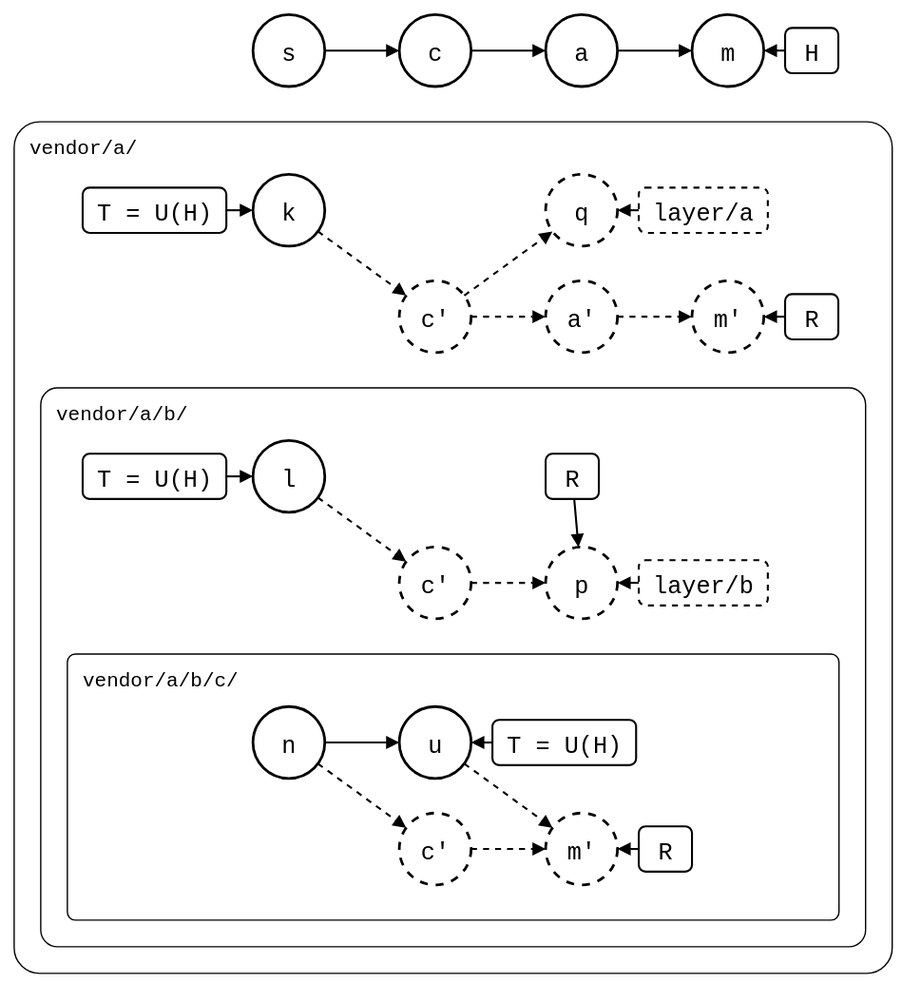
Before: docs/09-scenarios/05-nested-splices/01-nested-splices/02-three-levels/levels-merged-into-monorepo.drawio.svg, a diagram exported from draw.io (roschaefer/git-splice). Source tidied: cells renumbered, new cells last; positions are measured from the earlier drawing's top-left corner, leaving out a move shared by most shapes. Its diagram source:
```xml
<mxGraphModel background="#ffffff">
  <root>
    <mxCell id="0" />
    <mxCell id="1" parent="0" />
    <mxCell id="2" value="vendor/a/" style="rounded=1;arcSize=3;fillColor=none;strokeWidth=1;fontSize=15;verticalAlign=top;align=left;spacingLeft=10;spacingTop=4;fontFamily=Roboto Mono,monospace;" parent="1" vertex="1">
      <mxGeometry y="80" width="660" height="640" as="geometry" />
    </mxCell>
    <mxCell id="3" value="vendor/a/b/" style="rounded=1;arcSize=3;fillColor=none;strokeWidth=1;fontSize=15;verticalAlign=top;align=left;spacingLeft=10;spacingTop=4;fontFamily=Roboto Mono,monospace;" parent="1" vertex="1">
      <mxGeometry x="20" y="280" width="620" height="420" as="geometry" />
    </mxCell>
    <mxCell id="4" value="vendor/a/b/c/" style="rounded=1;arcSize=3;fillColor=none;strokeWidth=1;fontSize=15;verticalAlign=top;align=left;spacingLeft=10;spacingTop=4;fontFamily=Roboto Mono,monospace;" parent="1" vertex="1">
      <mxGeometry x="40" y="480" width="580" height="200" as="geometry" />
    </mxCell>
    <mxCell id="5" value="s" style="ellipse;strokeWidth=2;fontSize=18;fontFamily=Roboto Mono,monospace;" parent="1" vertex="1">
      <mxGeometry x="180" width="54" height="54" as="geometry" />
    </mxCell>
    <mxCell id="6" value="c" style="ellipse;strokeWidth=2;fontSize=18;fontFamily=Roboto Mono,monospace;" parent="1" vertex="1">
      <mxGeometry x="290" width="54" height="54" as="geometry" />
    </mxCell>
    <mxCell id="7" style="endArrow=block;endFill=1;html=1;strokeWidth=1.5;rounded=0;" parent="1" edge="1" source="5" target="6">
      <mxGeometry relative="1" as="geometry" />
    </mxCell>
    <mxCell id="8" value="a" style="ellipse;strokeWidth=2;fontSize=18;fontFamily=Roboto Mono,monospace;" parent="1" vertex="1">
      <mxGeometry x="400" width="54" height="54" as="geometry" />
    </mxCell>
    <mxCell id="9" style="endArrow=block;endFill=1;html=1;strokeWidth=1.5;rounded=0;" parent="1" edge="1" source="6" target="8">
      <mxGeometry relative="1" as="geometry" />
    </mxCell>
    <mxCell id="10" value="m" style="ellipse;strokeWidth=2;fontSize=18;fontFamily=Roboto Mono,monospace;" parent="1" vertex="1">
      <mxGeometry x="510" width="54" height="54" as="geometry" />
    </mxCell>
    <mxCell id="11" style="endArrow=block;endFill=1;html=1;strokeWidth=1.5;rounded=0;" parent="1" edge="1" source="8" target="10">
      <mxGeometry relative="1" as="geometry" />
    </mxCell>
    <mxCell id="12" value="H" style="rounded=1;strokeWidth=1.5;fontSize=18;fontFamily=Roboto Mono,monospace;" parent="1" vertex="1">
      <mxGeometry x="580" y="10" width="40" height="34" as="geometry" />
    </mxCell>
    <mxCell id="13" style="endArrow=block;endFill=1;html=1;strokeWidth=1.5;rounded=0;" parent="1" edge="1" source="12" target="10">
      <mxGeometry relative="1" as="geometry" />
    </mxCell>
    <mxCell id="14" value="k" style="ellipse;strokeWidth=2;fontSize=18;fontFamily=Roboto Mono,monospace;" parent="1" vertex="1">
      <mxGeometry x="180" y="120" width="54" height="54" as="geometry" />
    </mxCell>
    <mxCell id="15" value="c'" style="ellipse;strokeWidth=2;fontSize=18;fontFamily=Roboto Mono,monospace;dashed=1;" parent="1" vertex="1">
      <mxGeometry x="290" y="200" width="54" height="54" as="geometry" />
    </mxCell>
    <mxCell id="16" style="endArrow=block;endFill=1;html=1;strokeWidth=1.5;rounded=0;dashed=1;" parent="1" edge="1" source="14" target="15">
      <mxGeometry relative="1" as="geometry" />
    </mxCell>
    <mxCell id="17" value="l" style="ellipse;strokeWidth=2;fontSize=18;fontFamily=Roboto Mono,monospace;" parent="1" vertex="1">
      <mxGeometry x="180" y="320" width="54" height="54" as="geometry" />
    </mxCell>
    <mxCell id="18" value="c'" style="ellipse;strokeWidth=2;fontSize=18;fontFamily=Roboto Mono,monospace;dashed=1;" parent="1" vertex="1">
      <mxGeometry x="290" y="400" width="54" height="54" as="geometry" />
    </mxCell>
    <mxCell id="19" style="endArrow=block;endFill=1;html=1;strokeWidth=1.5;rounded=0;dashed=1;" parent="1" edge="1" source="17" target="18">
      <mxGeometry relative="1" as="geometry" />
    </mxCell>
    <mxCell id="20" value="n" style="ellipse;strokeWidth=2;fontSize=18;fontFamily=Roboto Mono,monospace;" parent="1" vertex="1">
      <mxGeometry x="180" y="520" width="54" height="54" as="geometry" />
    </mxCell>
    <mxCell id="21" value="u" style="ellipse;strokeWidth=2;fontSize=18;fontFamily=Roboto Mono,monospace;" parent="1" vertex="1">
      <mxGeometry x="290" y="520" width="54" height="54" as="geometry" />
    </mxCell>
    <mxCell id="22" style="endArrow=block;endFill=1;html=1;strokeWidth=1.5;rounded=0;" parent="1" edge="1" source="20" target="21">
      <mxGeometry relative="1" as="geometry" />
    </mxCell>
    <mxCell id="23" value="c'" style="ellipse;strokeWidth=2;fontSize=18;fontFamily=Roboto Mono,monospace;dashed=1;" parent="1" vertex="1">
      <mxGeometry x="290" y="600" width="54" height="54" as="geometry" />
    </mxCell>
    <mxCell id="24" style="endArrow=block;endFill=1;html=1;strokeWidth=1.5;rounded=0;dashed=1;" parent="1" edge="1" source="20" target="23">
      <mxGeometry relative="1" as="geometry" />
    </mxCell>
    <mxCell id="25" value="T = U(H)" style="rounded=1;strokeWidth=1.5;fontSize=18;fontFamily=Roboto Mono,monospace;" parent="1" vertex="1">
      <mxGeometry x="52" y="130" width="108" height="34" as="geometry" />
    </mxCell>
    <mxCell id="26" style="endArrow=block;endFill=1;html=1;strokeWidth=1.5;rounded=0;" parent="1" edge="1" source="25" target="14">
      <mxGeometry relative="1" as="geometry" />
    </mxCell>
    <mxCell id="27" value="T = U(H)" style="rounded=1;strokeWidth=1.5;fontSize=18;fontFamily=Roboto Mono,monospace;" parent="1" vertex="1">
      <mxGeometry x="52" y="330" width="108" height="34" as="geometry" />
    </mxCell>
    <mxCell id="28" style="endArrow=block;endFill=1;html=1;strokeWidth=1.5;rounded=0;" parent="1" edge="1" source="27" target="17">
      <mxGeometry relative="1" as="geometry" />
    </mxCell>
    <mxCell id="29" value="p" style="ellipse;strokeWidth=2;fontSize=18;fontFamily=Roboto Mono,monospace;dashed=1;" parent="1" vertex="1">
      <mxGeometry x="400" y="400" width="54" height="54" as="geometry" />
    </mxCell>
    <mxCell id="30" style="endArrow=block;endFill=1;html=1;strokeWidth=1.5;rounded=0;dashed=1;" parent="1" edge="1" source="18" target="29">
      <mxGeometry relative="1" as="geometry" />
    </mxCell>
    <mxCell id="31" value="q" style="ellipse;strokeWidth=2;fontSize=18;fontFamily=Roboto Mono,monospace;dashed=1;" parent="1" vertex="1">
      <mxGeometry x="400" y="120" width="54" height="54" as="geometry" />
    </mxCell>
    <mxCell id="32" style="endArrow=block;endFill=1;html=1;strokeWidth=1.5;rounded=0;dashed=1;" parent="1" edge="1" source="15" target="31">
      <mxGeometry relative="1" as="geometry" />
    </mxCell>
    <mxCell id="33" value="a'" style="ellipse;strokeWidth=2;fontSize=18;fontFamily=Roboto Mono,monospace;dashed=1;" parent="1" vertex="1">
      <mxGeometry x="400" y="200" width="54" height="54" as="geometry" />
    </mxCell>
    <mxCell id="34" style="endArrow=block;endFill=1;html=1;strokeWidth=1.5;rounded=0;dashed=1;" parent="1" edge="1" source="15" target="33">
      <mxGeometry relative="1" as="geometry" />
    </mxCell>
    <mxCell id="35" value="m'" style="ellipse;strokeWidth=2;fontSize=18;fontFamily=Roboto Mono,monospace;dashed=1;" parent="1" vertex="1">
      <mxGeometry x="510" y="200" width="54" height="54" as="geometry" />
    </mxCell>
    <mxCell id="36" style="endArrow=block;endFill=1;html=1;strokeWidth=1.5;rounded=0;dashed=1;" parent="1" edge="1" source="33" target="35">
      <mxGeometry relative="1" as="geometry" />
    </mxCell>
    <mxCell id="37" value="m'" style="ellipse;strokeWidth=2;fontSize=18;fontFamily=Roboto Mono,monospace;dashed=1;" parent="1" vertex="1">
      <mxGeometry x="400" y="600" width="54" height="54" as="geometry" />
    </mxCell>
    <mxCell id="38" style="endArrow=block;endFill=1;html=1;strokeWidth=1.5;rounded=0;dashed=1;" parent="1" edge="1" source="23" target="37">
      <mxGeometry relative="1" as="geometry" />
    </mxCell>
    <mxCell id="39" style="endArrow=block;endFill=1;html=1;strokeWidth=1.5;rounded=0;dashed=1;" parent="1" edge="1" source="21" target="37">
      <mxGeometry relative="1" as="geometry" />
    </mxCell>
    <mxCell id="40" value="R" style="rounded=1;strokeWidth=1.5;fontSize=18;fontFamily=Roboto Mono,monospace;" parent="1" vertex="1">
      <mxGeometry x="580" y="210" width="40" height="34" as="geometry" />
    </mxCell>
    <mxCell id="41" style="endArrow=block;endFill=1;html=1;strokeWidth=1.5;rounded=0;" parent="1" edge="1" source="40" target="35">
      <mxGeometry relative="1" as="geometry" />
    </mxCell>
    <mxCell id="42" value="layer/a" style="rounded=1;strokeWidth=1.5;fontSize=18;fontFamily=Roboto Mono,monospace;dashed=1;" parent="1" vertex="1">
      <mxGeometry x="470" y="130" width="97" height="34" as="geometry" />
    </mxCell>
    <mxCell id="43" style="endArrow=block;endFill=1;html=1;strokeWidth=1.5;rounded=0;" parent="1" edge="1" source="42" target="31">
      <mxGeometry relative="1" as="geometry" />
    </mxCell>
    <mxCell id="44" value="R" style="rounded=1;strokeWidth=1.5;fontSize=18;fontFamily=Roboto Mono,monospace;" parent="1" vertex="1">
      <mxGeometry x="400" y="330" width="40" height="34" as="geometry" />
    </mxCell>
    <mxCell id="45" style="endArrow=block;endFill=1;html=1;strokeWidth=1.5;rounded=0;" parent="1" edge="1" source="44" target="29">
      <mxGeometry relative="1" as="geometry" />
    </mxCell>
    <mxCell id="46" value="layer/b" style="rounded=1;strokeWidth=1.5;fontSize=18;fontFamily=Roboto Mono,monospace;dashed=1;" parent="1" vertex="1">
      <mxGeometry x="470" y="410" width="97" height="34" as="geometry" />
    </mxCell>
    <mxCell id="47" style="endArrow=block;endFill=1;html=1;strokeWidth=1.5;rounded=0;" parent="1" edge="1" source="46" target="29">
      <mxGeometry relative="1" as="geometry" />
    </mxCell>
    <mxCell id="48" value="R" style="rounded=1;strokeWidth=1.5;fontSize=18;fontFamily=Roboto Mono,monospace;" parent="1" vertex="1">
      <mxGeometry x="470" y="610" width="40" height="34" as="geometry" />
    </mxCell>
    <mxCell id="49" style="endArrow=block;endFill=1;html=1;strokeWidth=1.5;rounded=0;" parent="1" edge="1" source="48" target="37">
      <mxGeometry relative="1" as="geometry" />
    </mxCell>
    <mxCell id="50" value="T = U(H)" style="rounded=1;strokeWidth=1.5;fontSize=18;fontFamily=Roboto Mono,monospace;" parent="1" vertex="1">
      <mxGeometry x="360" y="530" width="108" height="34" as="geometry" />
    </mxCell>
    <mxCell id="51" style="endArrow=block;endFill=1;html=1;strokeWidth=1.5;rounded=0;" parent="1" edge="1" source="50" target="21">
      <mxGeometry relative="1" as="geometry" />
    </mxCell>
  </root>
</mxGraphModel>
```
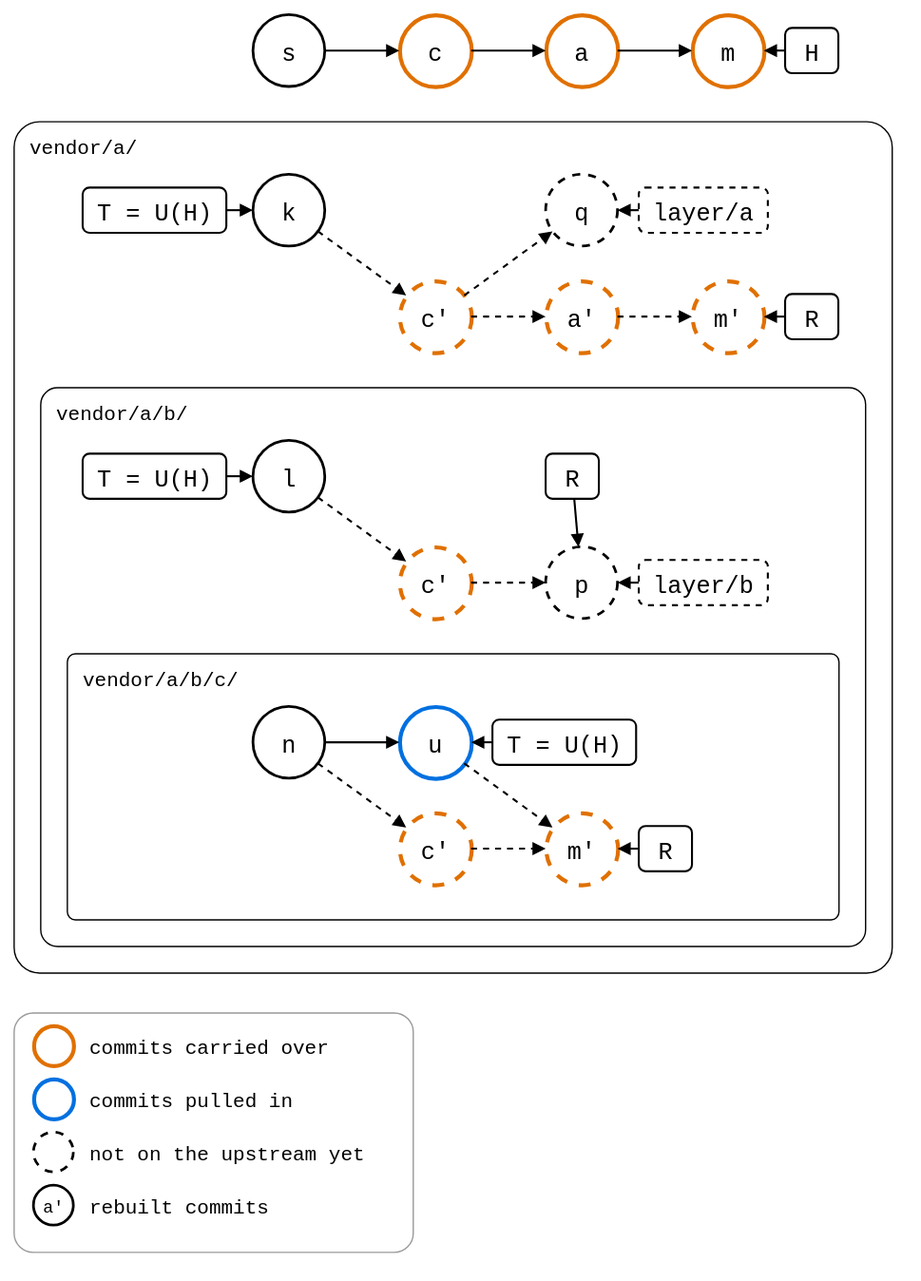
Above is the later version.

Change to the diagram source:
```diff
@@ -14,19 +14,19 @@
     <mxCell id="5" value="s" style="ellipse;strokeWidth=2;fontSize=18;fontFamily=Roboto Mono,monospace;" parent="1" vertex="1">
       <mxGeometry x="180" width="54" height="54" as="geometry" />
     </mxCell>
-    <mxCell id="6" value="c" style="ellipse;strokeWidth=2;fontSize=18;fontFamily=Roboto Mono,monospace;" parent="1" vertex="1">
+    <mxCell id="6" value="c" style="ellipse;strokeWidth=2;fontSize=18;fontFamily=Roboto Mono,monospace;strokeColor=#E07000;strokeWidth=3;" parent="1" vertex="1">
       <mxGeometry x="290" width="54" height="54" as="geometry" />
     </mxCell>
     <mxCell id="7" style="endArrow=block;endFill=1;html=1;strokeWidth=1.5;rounded=0;" parent="1" edge="1" source="5" target="6">
       <mxGeometry relative="1" as="geometry" />
     </mxCell>
-    <mxCell id="8" value="a" style="ellipse;strokeWidth=2;fontSize=18;fontFamily=Roboto Mono,monospace;" parent="1" vertex="1">
+    <mxCell id="8" value="a" style="ellipse;strokeWidth=2;fontSize=18;fontFamily=Roboto Mono,monospace;strokeColor=#E07000;strokeWidth=3;" parent="1" vertex="1">
       <mxGeometry x="400" width="54" height="54" as="geometry" />
     </mxCell>
     <mxCell id="9" style="endArrow=block;endFill=1;html=1;strokeWidth=1.5;rounded=0;" parent="1" edge="1" source="6" target="8">
       <mxGeometry relative="1" as="geometry" />
     </mxCell>
-    <mxCell id="10" value="m" style="ellipse;strokeWidth=2;fontSize=18;fontFamily=Roboto Mono,monospace;" parent="1" vertex="1">
+    <mxCell id="10" value="m" style="ellipse;strokeWidth=2;fontSize=18;fontFamily=Roboto Mono,monospace;strokeColor=#E07000;strokeWidth=3;" parent="1" vertex="1">
       <mxGeometry x="510" width="54" height="54" as="geometry" />
     </mxCell>
     <mxCell id="11" style="endArrow=block;endFill=1;html=1;strokeWidth=1.5;rounded=0;" parent="1" edge="1" source="8" target="10">
@@ -41,7 +41,7 @@
     <mxCell id="14" value="k" style="ellipse;strokeWidth=2;fontSize=18;fontFamily=Roboto Mono,monospace;" parent="1" vertex="1">
       <mxGeometry x="180" y="120" width="54" height="54" as="geometry" />
     </mxCell>
-    <mxCell id="15" value="c'" style="ellipse;strokeWidth=2;fontSize=18;fontFamily=Roboto Mono,monospace;dashed=1;" parent="1" vertex="1">
+    <mxCell id="15" value="c'" style="ellipse;strokeWidth=2;fontSize=18;fontFamily=Roboto Mono,monospace;dashed=1;strokeColor=#E07000;strokeWidth=3;" parent="1" vertex="1">
       <mxGeometry x="290" y="200" width="54" height="54" as="geometry" />
     </mxCell>
     <mxCell id="16" style="endArrow=block;endFill=1;html=1;strokeWidth=1.5;rounded=0;dashed=1;" parent="1" edge="1" source="14" target="15">
@@ -50,7 +50,7 @@
     <mxCell id="17" value="l" style="ellipse;strokeWidth=2;fontSize=18;fontFamily=Roboto Mono,monospace;" parent="1" vertex="1">
       <mxGeometry x="180" y="320" width="54" height="54" as="geometry" />
     </mxCell>
-    <mxCell id="18" value="c'" style="ellipse;strokeWidth=2;fontSize=18;fontFamily=Roboto Mono,monospace;dashed=1;" parent="1" vertex="1">
+    <mxCell id="18" value="c'" style="ellipse;strokeWidth=2;fontSize=18;fontFamily=Roboto Mono,monospace;dashed=1;strokeColor=#E07000;strokeWidth=3;" parent="1" vertex="1">
       <mxGeometry x="290" y="400" width="54" height="54" as="geometry" />
     </mxCell>
     <mxCell id="19" style="endArrow=block;endFill=1;html=1;strokeWidth=1.5;rounded=0;dashed=1;" parent="1" edge="1" source="17" target="18">
@@ -59,13 +59,13 @@
     <mxCell id="20" value="n" style="ellipse;strokeWidth=2;fontSize=18;fontFamily=Roboto Mono,monospace;" parent="1" vertex="1">
       <mxGeometry x="180" y="520" width="54" height="54" as="geometry" />
     </mxCell>
-    <mxCell id="21" value="u" style="ellipse;strokeWidth=2;fontSize=18;fontFamily=Roboto Mono,monospace;" parent="1" vertex="1">
+    <mxCell id="21" value="u" style="ellipse;strokeWidth=2;fontSize=18;fontFamily=Roboto Mono,monospace;strokeColor=#0070E0;strokeWidth=3;" parent="1" vertex="1">
       <mxGeometry x="290" y="520" width="54" height="54" as="geometry" />
     </mxCell>
     <mxCell id="22" style="endArrow=block;endFill=1;html=1;strokeWidth=1.5;rounded=0;" parent="1" edge="1" source="20" target="21">
       <mxGeometry relative="1" as="geometry" />
     </mxCell>
-    <mxCell id="23" value="c'" style="ellipse;strokeWidth=2;fontSize=18;fontFamily=Roboto Mono,monospace;dashed=1;" parent="1" vertex="1">
+    <mxCell id="23" value="c'" style="ellipse;strokeWidth=2;fontSize=18;fontFamily=Roboto Mono,monospace;dashed=1;strokeColor=#E07000;strokeWidth=3;" parent="1" vertex="1">
       <mxGeometry x="290" y="600" width="54" height="54" as="geometry" />
     </mxCell>
     <mxCell id="24" style="endArrow=block;endFill=1;html=1;strokeWidth=1.5;rounded=0;dashed=1;" parent="1" edge="1" source="20" target="23">
@@ -95,19 +95,19 @@
     <mxCell id="32" style="endArrow=block;endFill=1;html=1;strokeWidth=1.5;rounded=0;dashed=1;" parent="1" edge="1" source="15" target="31">
       <mxGeometry relative="1" as="geometry" />
     </mxCell>
-    <mxCell id="33" value="a'" style="ellipse;strokeWidth=2;fontSize=18;fontFamily=Roboto Mono,monospace;dashed=1;" parent="1" vertex="1">
+    <mxCell id="33" value="a'" style="ellipse;strokeWidth=2;fontSize=18;fontFamily=Roboto Mono,monospace;dashed=1;strokeColor=#E07000;strokeWidth=3;" parent="1" vertex="1">
       <mxGeometry x="400" y="200" width="54" height="54" as="geometry" />
     </mxCell>
     <mxCell id="34" style="endArrow=block;endFill=1;html=1;strokeWidth=1.5;rounded=0;dashed=1;" parent="1" edge="1" source="15" target="33">
       <mxGeometry relative="1" as="geometry" />
     </mxCell>
-    <mxCell id="35" value="m'" style="ellipse;strokeWidth=2;fontSize=18;fontFamily=Roboto Mono,monospace;dashed=1;" parent="1" vertex="1">
+    <mxCell id="35" value="m'" style="ellipse;strokeWidth=2;fontSize=18;fontFamily=Roboto Mono,monospace;dashed=1;strokeColor=#E07000;strokeWidth=3;" parent="1" vertex="1">
       <mxGeometry x="510" y="200" width="54" height="54" as="geometry" />
     </mxCell>
     <mxCell id="36" style="endArrow=block;endFill=1;html=1;strokeWidth=1.5;rounded=0;dashed=1;" parent="1" edge="1" source="33" target="35">
       <mxGeometry relative="1" as="geometry" />
     </mxCell>
-    <mxCell id="37" value="m'" style="ellipse;strokeWidth=2;fontSize=18;fontFamily=Roboto Mono,monospace;dashed=1;" parent="1" vertex="1">
+    <mxCell id="37" value="m'" style="ellipse;strokeWidth=2;fontSize=18;fontFamily=Roboto Mono,monospace;dashed=1;strokeColor=#E07000;strokeWidth=3;" parent="1" vertex="1">
       <mxGeometry x="400" y="600" width="54" height="54" as="geometry" />
     </mxCell>
     <mxCell id="38" style="endArrow=block;endFill=1;html=1;strokeWidth=1.5;rounded=0;dashed=1;" parent="1" edge="1" source="23" target="37">
@@ -152,5 +152,32 @@
     <mxCell id="51" style="endArrow=block;endFill=1;html=1;strokeWidth=1.5;rounded=0;" parent="1" edge="1" source="50" target="21">
       <mxGeometry relative="1" as="geometry" />
     </mxCell>
+    <mxCell id="52" style="rounded=1;arcSize=8;fillColor=none;strokeColor=#999999;strokeWidth=1;legend=1;" parent="1" vertex="1">
+      <mxGeometry y="750" width="300" height="180" as="geometry" />
+    </mxCell>
+    <mxCell id="53" style="ellipse;fontSize=13;fontFamily=Roboto Mono,monospace;strokeWidth=2;strokeColor=#E07000;strokeWidth=3;" parent="52" vertex="1">
+      <mxGeometry x="15" y="10" width="30" height="30" as="geometry" />
+    </mxCell>
+    <mxCell id="54" value="commits carried over" style="text;align=left;verticalAlign=middle;fontSize=15;fontFamily=Roboto Mono,monospace;" parent="52" vertex="1">
+      <mxGeometry x="55" y="10" width="240" height="30" as="geometry" />
+    </mxCell>
+    <mxCell id="55" style="ellipse;fontSize=13;fontFamily=Roboto Mono,monospace;strokeWidth=2;strokeColor=#0070E0;strokeWidth=3;" parent="52" vertex="1">
+      <mxGeometry x="15" y="50" width="30" height="30" as="geometry" />
+    </mxCell>
+    <mxCell id="56" value="commits pulled in" style="text;align=left;verticalAlign=middle;fontSize=15;fontFamily=Roboto Mono,monospace;" parent="52" vertex="1">
+      <mxGeometry x="55" y="50" width="240" height="30" as="geometry" />
+    </mxCell>
+    <mxCell id="57" style="ellipse;fontSize=13;fontFamily=Roboto Mono,monospace;strokeWidth=2;dashed=1;" parent="52" vertex="1">
+      <mxGeometry x="15" y="90" width="30" height="30" as="geometry" />
+    </mxCell>
+    <mxCell id="58" value="not on the upstream yet" style="text;align=left;verticalAlign=middle;fontSize=15;fontFamily=Roboto Mono,monospace;" parent="52" vertex="1">
+      <mxGeometry x="55" y="90" width="240" height="30" as="geometry" />
+    </mxCell>
+    <mxCell id="59" value="a'" style="ellipse;fontSize=13;fontFamily=Roboto Mono,monospace;strokeWidth=2;" parent="52" vertex="1">
+      <mxGeometry x="15" y="130" width="30" height="30" as="geometry" />
+    </mxCell>
+    <mxCell id="60" value="rebuilt commits" style="text;align=left;verticalAlign=middle;fontSize=15;fontFamily=Roboto Mono,monospace;" parent="52" vertex="1">
+      <mxGeometry x="55" y="130" width="240" height="30" as="geometry" />
+    </mxCell>
   </root>
 </mxGraphModel>
```
